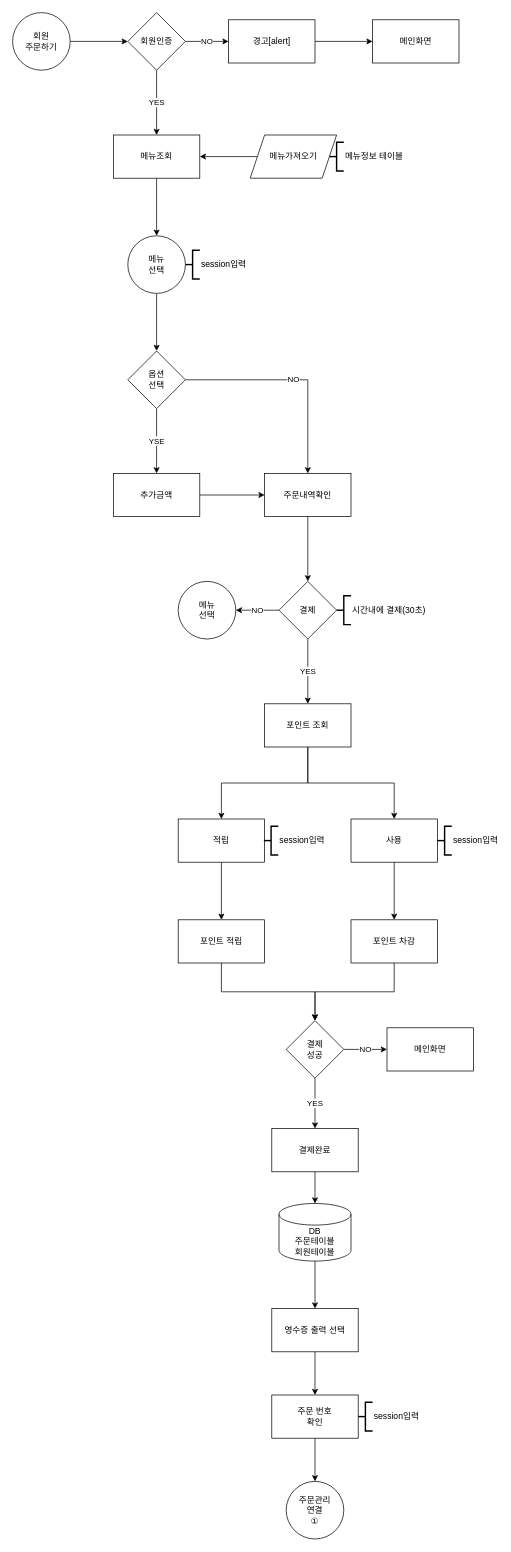
Above: page "사용자_회원주문하기" (2 of 15) of design/KioskClass.drawio in JinSolKwon/cafeKiosk (draw.io), before the change. Source tidied: cells renumbered, new cells numbered last; positions are measured from the earlier drawing's top-left corner, leaving out a move shared by most shapes. Both pictures are drawn from the tidied source at 72%, with x=0, y=0 at pixel (12, 12).
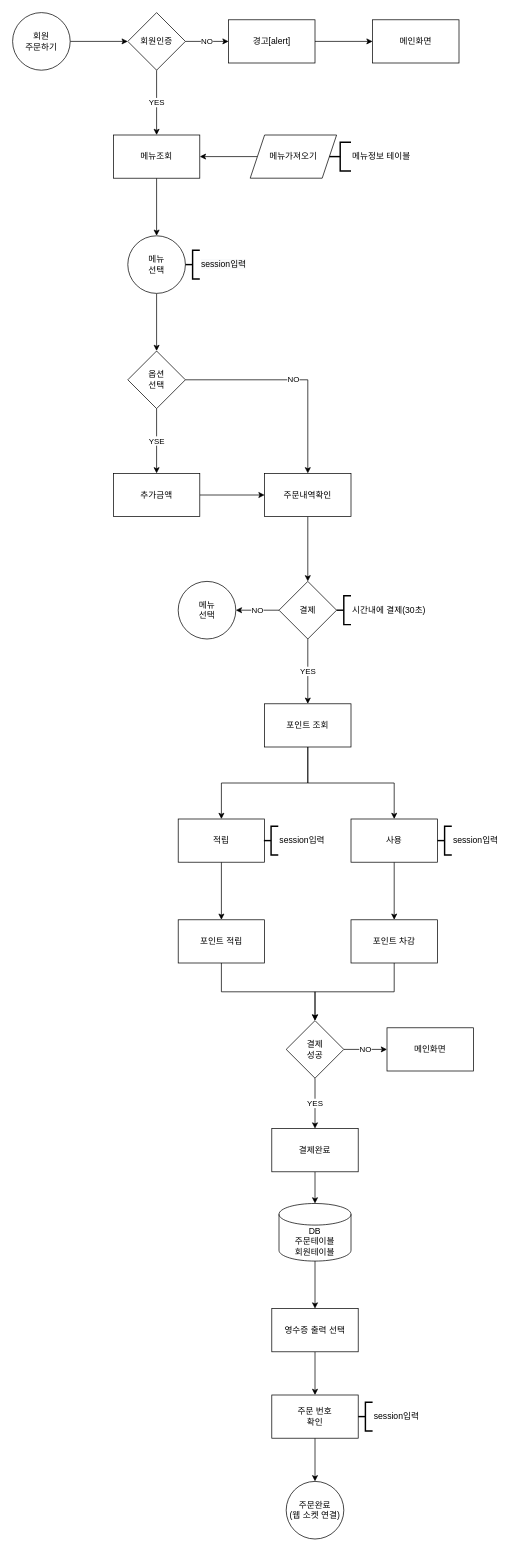
After the change.

What changed in the source:
```diff
@@
-    <mxCell id="48" value="주문관리&lt;br&gt;연결&lt;br&gt;①" style="ellipse;whiteSpace=wrap;html=1;" parent="1" vertex="1">
+    <mxCell id="48" value="주문완료&lt;br&gt;(웹 소켓 연결)" style="ellipse;whiteSpace=wrap;html=1;" parent="1" vertex="1">
       <mxGeometry x="380" y="2040" width="80" height="80" as="geometry" />
     </mxCell>
@@
     <mxCell id="56" value="메뉴정보 테이블" style="strokeWidth=2;html=1;shape=mxgraph.flowchart.annotation_2;align=left;labelPosition=right;" parent="1" vertex="1">
-      <mxGeometry x="440" y="180" width="20" height="40" as="geometry" />
+      <mxGeometry x="440" y="180" width="30" height="40" as="geometry" />
     </mxCell>
```
